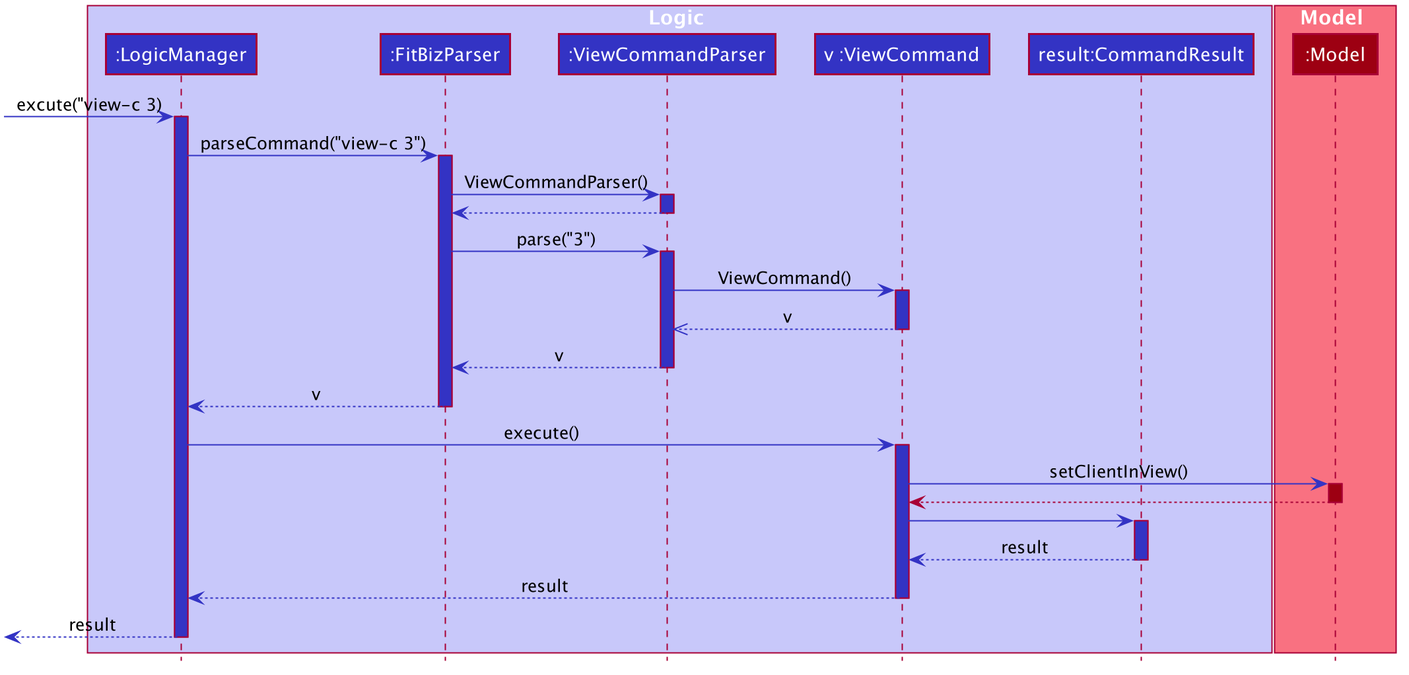
Above: docs/images/ViewSequenceDiagram.png in nus-cs2103-AY1920S2/addressbook-level3 (PlantUML), before the change.
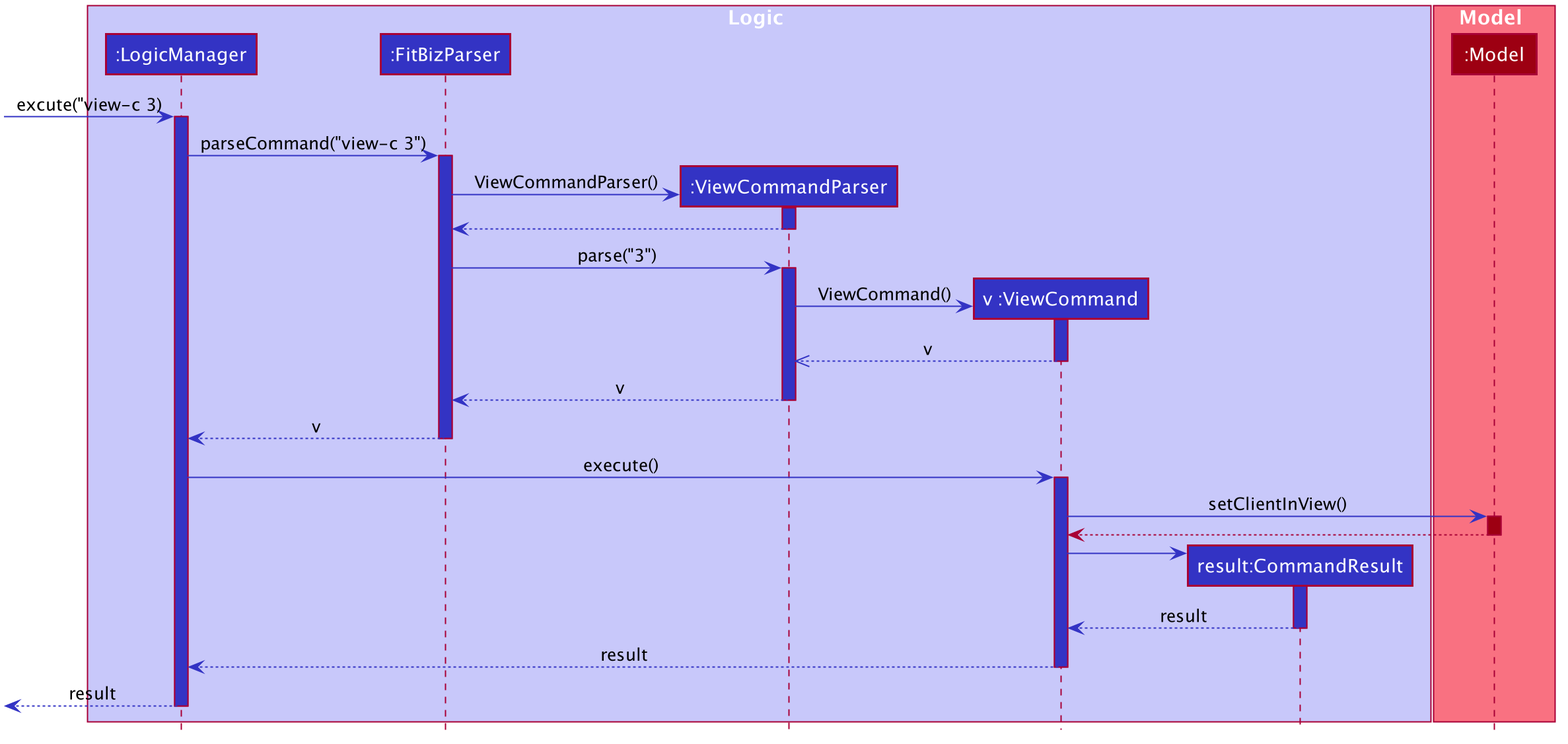
The same file after the commit.

Diff of the diagram source:
```diff
@@ -66,16 +66,16 @@
 LogicManager -[#3333C4]> FitBizParser : parseCommand("view-c 3")
 activate FitBizParser #3333C4
 
-FitBizParser -[#3333C4]> ViewCommandParser : ViewCommandParser()
+FitBizParser -[#3333C4]> ViewCommandParser ** : ViewCommandParser()
 activate ViewCommandParser #3333C4
 
 ViewCommandParser --[#3333C4]> FitBizParser
 deactivate ViewCommandParser
 
-FitBizParser -[#3333C4]> ViewCommandParser : parse("3")
+FitBizParser -[#3333C4]> ViewCommandParser  : parse("3")
 activate ViewCommandParser #3333C4
 
-ViewCommandParser -[#3333C4]> ViewCommand : ViewCommand()
+ViewCommandParser -[#3333C4]> ViewCommand ** : ViewCommand()
 activate ViewCommand #3333C4
 
 ViewCommand --[#3333C4]>> ViewCommandParser : v
@@ -96,7 +96,7 @@
 Model --> ViewCommand
 deactivate Model
 
-ViewCommand -[#3333C4]> CommandResult
+ViewCommand -[#3333C4]> CommandResult **
 activate CommandResult  #3333C4
 
 CommandResult --[#3333C4]> ViewCommand : result
```
